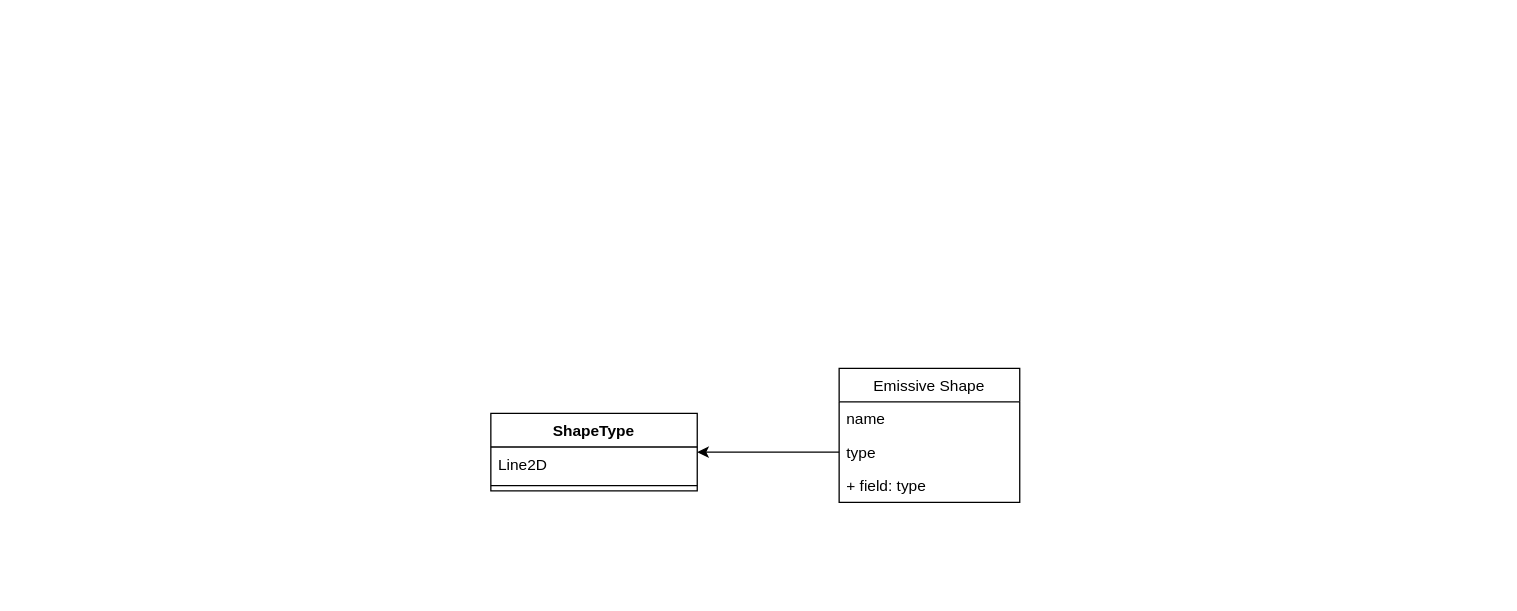
Earlier version of the draw.io diagram doc/view_factor.drawio (engineerjames/view-factor). Source tidied: cells renumbered, new cells numbered last; positions are measured from the earlier drawing's top-left corner, leaving out a move shared by most shapes. Both pictures are drawn from the tidied source at 129%, with x=0, y=0 at pixel (490, 368).
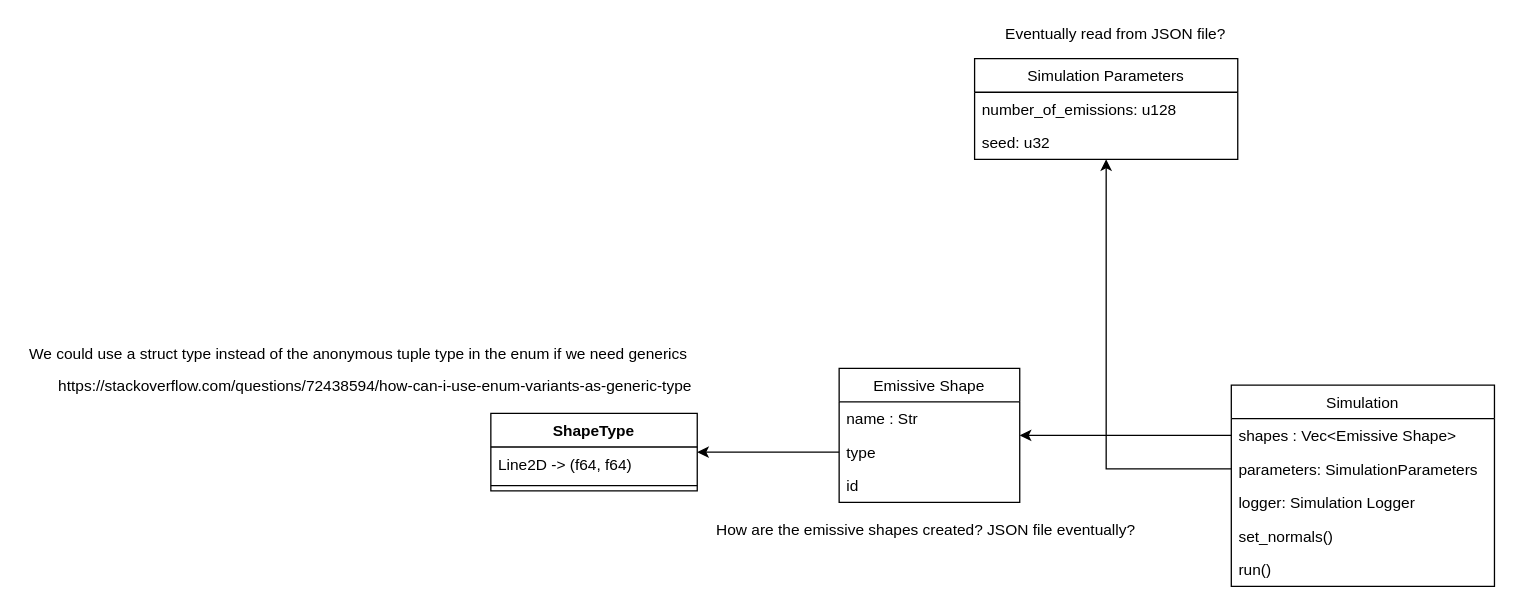
The same page after the edit.

The change refers to these unchanged cells:
```xml
<mxCell id="2" value="Emissive Shape" style="swimlane;fontStyle=0;horizontal=1;startSize=26;fillColor=none;" parent="1" vertex="1">
  <mxGeometry x="270" width="140" height="104" as="geometry" />
</mxCell>
<mxCell id="6" value="ShapeType" style="swimlane;fontStyle=1;align=center;verticalAlign=top;horizontal=1;startSize=26;" parent="1" vertex="1">
  <mxGeometry y="35" width="160" height="60" as="geometry" />
</mxCell>
```

The edit, as a diff of the source:
```diff
@@
-    <mxCell id="3" value="name" style="text;strokeColor=none;fillColor=none;align=left;verticalAlign=top;spacingLeft=4;spacingRight=4;overflow=hidden;" parent="2" vertex="1">
+    <mxCell id="3" value="name : Str" style="text;strokeColor=none;fillColor=none;align=left;verticalAlign=top;spacingLeft=4;spacingRight=4;overflow=hidden;" parent="2" vertex="1">
       <mxGeometry y="26" width="140" height="26" as="geometry" />
     </mxCell>
@@
-    <mxCell id="5" value="+ field: type" style="text;strokeColor=none;fillColor=none;align=left;verticalAlign=top;spacingLeft=4;spacingRight=4;overflow=hidden;" parent="2" vertex="1">
-      <mxGeometry y="78" width="140" height="26" as="geometry" />
-    </mxCell>
+    <mxCell id="10" value="id" style="text;strokeColor=none;fillColor=none;align=left;verticalAlign=top;spacingLeft=4;spacingRight=4;overflow=hidden;" parent="2" vertex="1">
+      <mxGeometry y="78" width="140" height="26" as="geometry" />
+    </mxCell>
@@
-    <mxCell id="7" value="Line2D" style="text;strokeColor=none;fillColor=none;align=left;verticalAlign=top;spacingLeft=4;spacingRight=4;overflow=hidden;" parent="6" vertex="1">
+    <mxCell id="7" value="Line2D -&gt; (f64, f64)" style="text;strokeColor=none;fillColor=none;align=left;verticalAlign=top;spacingLeft=4;spacingRight=4;overflow=hidden;" parent="6" vertex="1">
       <mxGeometry y="26" width="160" height="26" as="geometry" />
     </mxCell>
@@
+    <mxCell id="11" value="https://stackoverflow.com/questions/72438594/how-can-i-use-enum-variants-as-generic-type" style="text;html=1;align=center;verticalAlign=middle;" parent="1" vertex="1">
+      <mxGeometry x="-341" y="5" width="501" height="18" as="geometry" />
+    </mxCell>
+    <mxCell id="12" value="Simulation" style="swimlane;fontStyle=0;horizontal=1;startSize=26;fillColor=none;" parent="1" vertex="1">
+      <mxGeometry x="574" y="13" width="204" height="156" as="geometry" />
+    </mxCell>
+    <mxCell id="13" value="shapes : Vec&lt;Emissive Shape&gt;" style="text;strokeColor=none;fillColor=none;align=left;verticalAlign=top;spacingLeft=4;spacingRight=4;overflow=hidden;points=[[0,0.5],[1,0.5]];portConstraint=eastwest;" parent="12" vertex="1">
+      <mxGeometry y="26" width="204" height="26" as="geometry" />
+    </mxCell>
+    <mxCell id="14" value="parameters: SimulationParameters" style="text;strokeColor=none;fillColor=none;align=left;verticalAlign=top;spacingLeft=4;spacingRight=4;overflow=hidden;points=[[0,0.5],[1,0.5]];portConstraint=eastwest;" parent="12" vertex="1">
+      <mxGeometry y="52" width="204" height="26" as="geometry" />
+    </mxCell>
+    <mxCell id="15" value="logger: Simulation Logger" style="text;strokeColor=none;fillColor=none;align=left;verticalAlign=top;spacingLeft=4;spacingRight=4;overflow=hidden;" parent="12" vertex="1">
+      <mxGeometry y="78" width="204" height="26" as="geometry" />
+    </mxCell>
+    <mxCell id="16" value="set_normals()" style="text;strokeColor=none;fillColor=none;align=left;verticalAlign=top;spacingLeft=4;spacingRight=4;overflow=hidden;" parent="12" vertex="1">
+      <mxGeometry y="104" width="204" height="26" as="geometry" />
+    </mxCell>
+    <mxCell id="17" value="run()" style="text;strokeColor=none;fillColor=none;align=left;verticalAlign=top;spacingLeft=4;spacingRight=4;overflow=hidden;" parent="12" vertex="1">
+      <mxGeometry y="130" width="204" height="26" as="geometry" />
+    </mxCell>
+    <mxCell id="18" style="edgeStyle=orthogonalEdgeStyle;rounded=0;jettySize=auto;html=1;" parent="1" edge="1" source="13" target="2">
+      <mxGeometry relative="1" as="geometry" />
+    </mxCell>
+    <mxCell id="19" value="Simulation Parameters" style="swimlane;fontStyle=0;horizontal=1;startSize=26;fillColor=none;" parent="1" vertex="1">
+      <mxGeometry x="375" y="-240" width="204" height="78" as="geometry" />
+    </mxCell>
+    <mxCell id="20" value="number_of_emissions: u128" style="text;strokeColor=none;fillColor=none;align=left;verticalAlign=top;spacingLeft=4;spacingRight=4;overflow=hidden;" parent="19" vertex="1">
+      <mxGeometry y="26" width="204" height="26" as="geometry" />
+    </mxCell>
+    <mxCell id="21" value="seed: u32" style="text;strokeColor=none;fillColor=none;align=left;verticalAlign=top;spacingLeft=4;spacingRight=4;overflow=hidden;" parent="19" vertex="1">
+      <mxGeometry y="52" width="204" height="26" as="geometry" />
+    </mxCell>
+    <mxCell id="22" style="edgeStyle=orthogonalEdgeStyle;rounded=0;jettySize=auto;html=1;" parent="1" edge="1" source="14" target="19">
+      <mxGeometry relative="1" as="geometry" />
+    </mxCell>
+    <mxCell id="23" value="Eventually read from JSON file?" style="text;html=1;align=center;verticalAlign=middle;" parent="1" vertex="1">
+      <mxGeometry x="393" y="-268" width="181" height="18" as="geometry" />
+    </mxCell>
+    <mxCell id="24" value="We could use a struct type instead of the anonymous tuple type in the enum if we need generics" style="text;html=1;align=center;verticalAlign=middle;" parent="1" vertex="1">
+      <mxGeometry x="-363" y="-20" width="520" height="18" as="geometry" />
+    </mxCell>
+    <mxCell id="25" value="How are the emissive shapes created? JSON file eventually?" style="text;html=1;align=center;verticalAlign=middle;" parent="1" vertex="1">
+      <mxGeometry x="169" y="117" width="335" height="18" as="geometry" />
+    </mxCell>
```
